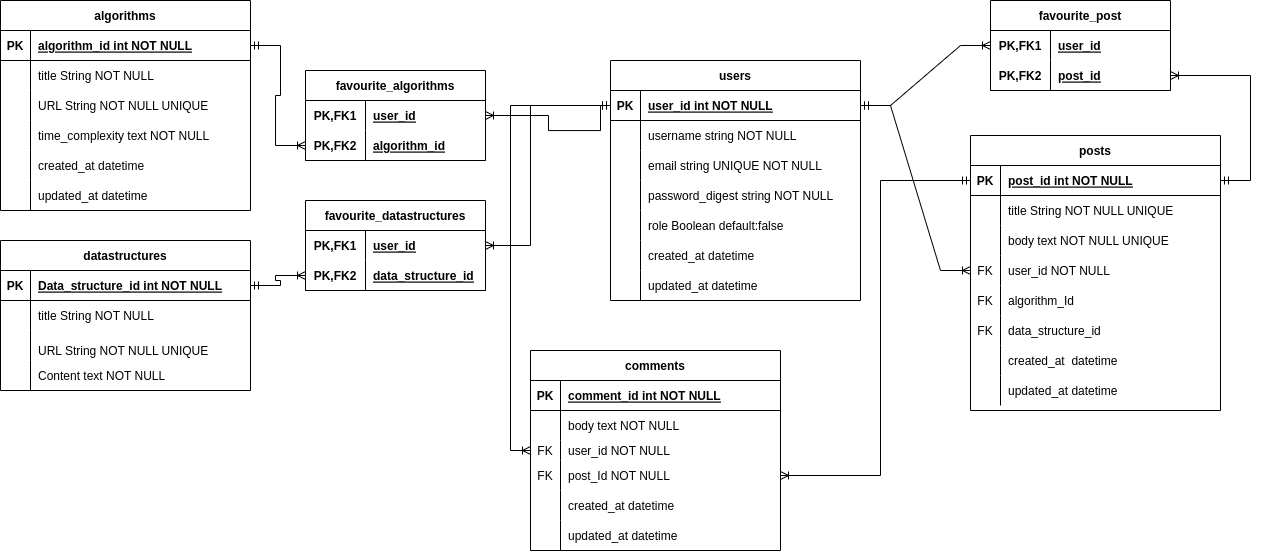
This is AlgoDsERD.drawio.png from MennaTullahTaha/AlgoDsSearchEngine, a draw.io export, as it was before one commit. Source tidied: cells renumbered, new cells last; positions are measured from the earlier drawing's top-left corner, leaving out a move shared by most shapes.
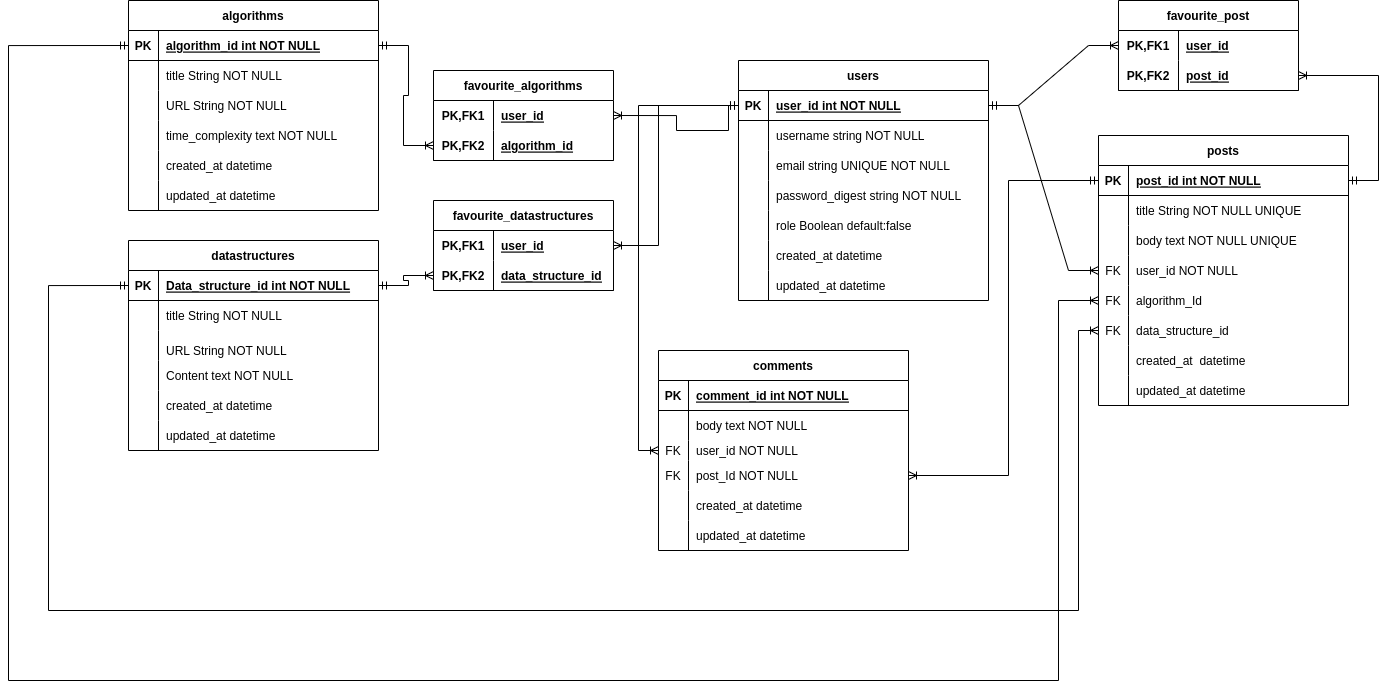
The same file after the commit.

What changed in the source:
```diff
@@ -69,7 +69,7 @@
       <mxGeometry x="30" width="220" height="30" as="geometry" />
     </mxCell>
     <mxCell id="24" value="posts" style="shape=table;startSize=30;rowLines=0;fontStyle=1;align=center;" parent="1" vertex="1">
-      <mxGeometry x="970" y="135" width="250" height="275" as="geometry" />
+      <mxGeometry x="970" y="135" width="250" height="270" as="geometry" />
     </mxCell>
     <mxCell id="25" style="shape=partialRectangle;fillColor=none;points=[[0,0.5],[1,0.5]];portConstraint=eastwest;top=0;left=0;right=0;bottom=1;" parent="24" vertex="1">
       <mxGeometry y="30" width="250" height="30" as="geometry" />
@@ -170,7 +170,7 @@
     <mxCell id="57" style="shape=partialRectangle;fillColor=none;top=0;left=0;bottom=0;right=0;fontStyle=0;overflow=hidden;" parent="56" vertex="1">
       <mxGeometry width="30" height="30" as="geometry" />
     </mxCell>
-    <mxCell id="58" value="URL String NOT NULL UNIQUE" style="shape=partialRectangle;fillColor=none;top=0;left=0;bottom=0;right=0;align=left;spacingLeft=6;fontStyle=0;overflow=hidden;" parent="56" vertex="1">
+    <mxCell id="58" value="URL String NOT NULL " style="shape=partialRectangle;fillColor=none;top=0;left=0;bottom=0;right=0;align=left;spacingLeft=6;fontStyle=0;overflow=hidden;" parent="56" vertex="1">
       <mxGeometry x="30" width="220" height="30" as="geometry" />
     </mxCell>
     <mxCell id="59" style="shape=tableRow;horizontal=0;startSize=0;swimlaneHead=0;swimlaneBody=0;fillColor=none;top=0;left=0;right=0;bottom=0;" parent="49" vertex="1">
@@ -201,7 +201,7 @@
       <mxGeometry x="30" width="220" height="30" as="geometry" />
     </mxCell>
     <mxCell id="68" value="datastructures" style="shape=table;startSize=30;rowLines=0;fontStyle=1;align=center;" parent="1" vertex="1">
-      <mxGeometry y="240" width="250" height="150" as="geometry" />
+      <mxGeometry y="240" width="250" height="210" as="geometry" />
     </mxCell>
     <mxCell id="69" style="shape=partialRectangle;fillColor=none;points=[[0,0.5],[1,0.5]];portConstraint=eastwest;top=0;left=0;right=0;bottom=1;" parent="68" vertex="1">
       <mxGeometry y="30" width="250" height="30" as="geometry" />
@@ -239,10 +239,28 @@
     <mxCell id="80" value="Content text NOT NULL" style="shape=partialRectangle;fillColor=none;top=0;left=0;bottom=0;right=0;align=left;spacingLeft=6;fontStyle=0;overflow=hidden;" parent="78" vertex="1">
       <mxGeometry x="30" width="220" height="30" as="geometry" />
     </mxCell>
+    <mxCell id="132" style="shape=tableRow;horizontal=0;startSize=0;swimlaneHead=0;swimlaneBody=0;fillColor=none;top=0;left=0;right=0;bottom=0;" parent="68" vertex="1">
+      <mxGeometry y="150" width="250" height="30" as="geometry" />
+    </mxCell>
+    <mxCell id="133" style="shape=partialRectangle;fillColor=none;top=0;left=0;bottom=0;right=0;fontStyle=0;overflow=hidden;" parent="132" vertex="1">
+      <mxGeometry width="30" height="30" as="geometry" />
+    </mxCell>
+    <mxCell id="134" value="created_at datetime" style="shape=partialRectangle;fillColor=none;top=0;left=0;bottom=0;right=0;align=left;spacingLeft=6;fontStyle=0;overflow=hidden;" parent="132" vertex="1">
+      <mxGeometry x="30" width="220" height="30" as="geometry" />
+    </mxCell>
+    <mxCell id="135" style="shape=tableRow;horizontal=0;startSize=0;swimlaneHead=0;swimlaneBody=0;fillColor=none;top=0;left=0;right=0;bottom=0;" parent="68" vertex="1">
+      <mxGeometry y="180" width="250" height="30" as="geometry" />
+    </mxCell>
+    <mxCell id="136" style="shape=partialRectangle;fillColor=none;top=0;left=0;bottom=0;right=0;fontStyle=0;overflow=hidden;" parent="135" vertex="1">
+      <mxGeometry width="30" height="30" as="geometry" />
+    </mxCell>
+    <mxCell id="137" value="updated_at datetime" style="shape=partialRectangle;fillColor=none;top=0;left=0;bottom=0;right=0;align=left;spacingLeft=6;fontStyle=0;overflow=hidden;" parent="135" vertex="1">
+      <mxGeometry x="30" width="220" height="30" as="geometry" />
+    </mxCell>
     <mxCell id="81" value="title String NOT NULL" style="shape=partialRectangle;overflow=hidden;fillColor=none;top=0;left=0;bottom=0;right=0;align=left;spacingLeft=6;" parent="1" vertex="1">
       <mxGeometry x="30" y="300" width="220" height="30" as="geometry" />
     </mxCell>
-    <mxCell id="82" value="URL String NOT NULL UNIQUE" style="shape=partialRectangle;fillColor=none;top=0;left=0;bottom=0;right=0;align=left;spacingLeft=6;fontStyle=0;overflow=hidden;" parent="1" vertex="1">
+    <mxCell id="82" value="URL String NOT NULL " style="shape=partialRectangle;fillColor=none;top=0;left=0;bottom=0;right=0;align=left;spacingLeft=6;fontStyle=0;overflow=hidden;" parent="1" vertex="1">
       <mxGeometry x="30" y="335" width="220" height="30" as="geometry" />
     </mxCell>
     <mxCell id="83" value="comments" style="shape=table;startSize=30;rowLines=0;fontStyle=1;align=center;" parent="1" vertex="1">
@@ -416,5 +434,25 @@
         </Array>
       </mxGeometry>
     </mxCell>
+    <mxCell id="138" style="edgeStyle=orthogonalEdgeStyle;fontSize=12;html=1;endArrow=ERoneToMany;startArrow=ERmandOne;rounded=0;exitX=0;exitY=0.5;exitDx=0;exitDy=0;entryX=0;entryY=0.5;entryDx=0;entryDy=0;" parent="1" edge="1" source="50" target="37">
+      <mxGeometry relative="1" as="geometry">
+        <Array as="points">
+          <mxPoint x="-120" y="45" />
+          <mxPoint x="-120" y="680" />
+          <mxPoint x="930" y="680" />
+          <mxPoint x="930" y="300" />
+        </Array>
+      </mxGeometry>
+    </mxCell>
+    <mxCell id="139" style="edgeStyle=orthogonalEdgeStyle;fontSize=12;html=1;endArrow=ERoneToMany;startArrow=ERmandOne;rounded=0;exitX=0;exitY=0.5;exitDx=0;exitDy=0;entryX=0;entryY=0.5;entryDx=0;entryDy=0;" parent="1" edge="1" source="69" target="40">
+      <mxGeometry relative="1" as="geometry">
+        <Array as="points">
+          <mxPoint x="-80" y="285" />
+          <mxPoint x="-80" y="610" />
+          <mxPoint x="950" y="610" />
+          <mxPoint x="950" y="330" />
+        </Array>
+      </mxGeometry>
+    </mxCell>
   </root>
 </mxGraphModel>
```
